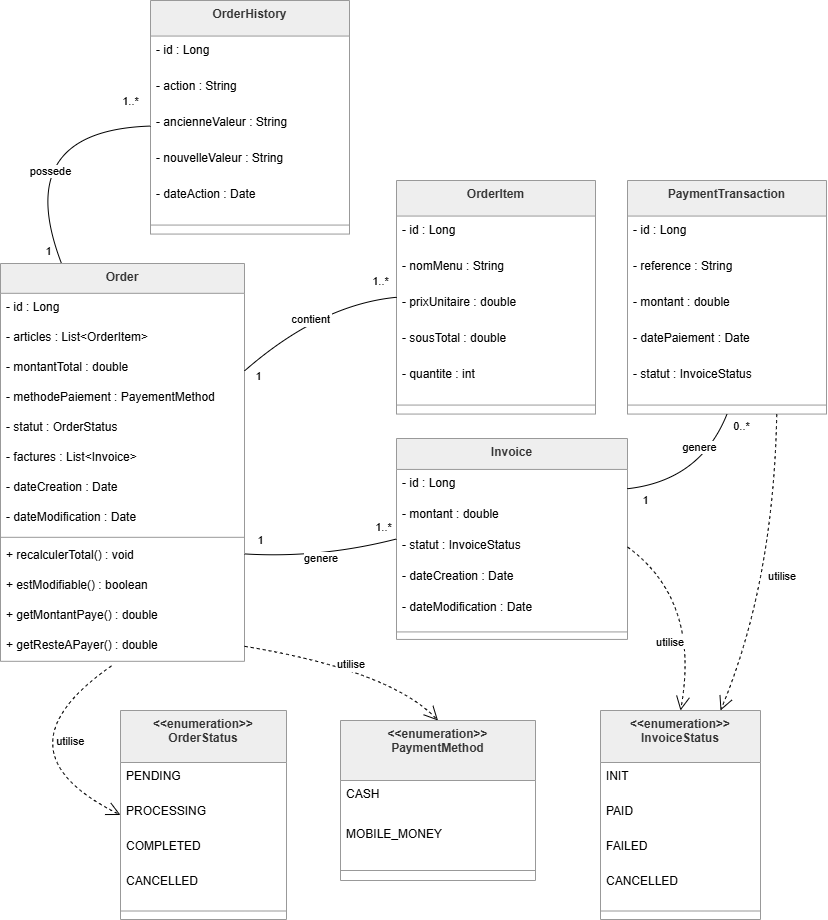
This is src/resource/Orga Technical Test .drawio.png from jefto/Orga_Technical_Test, a draw.io export, as it was before one commit. Source tidied: cells renumbered, new cells last; positions are measured from the earlier drawing's top-left corner, leaving out a move shared by most shapes.
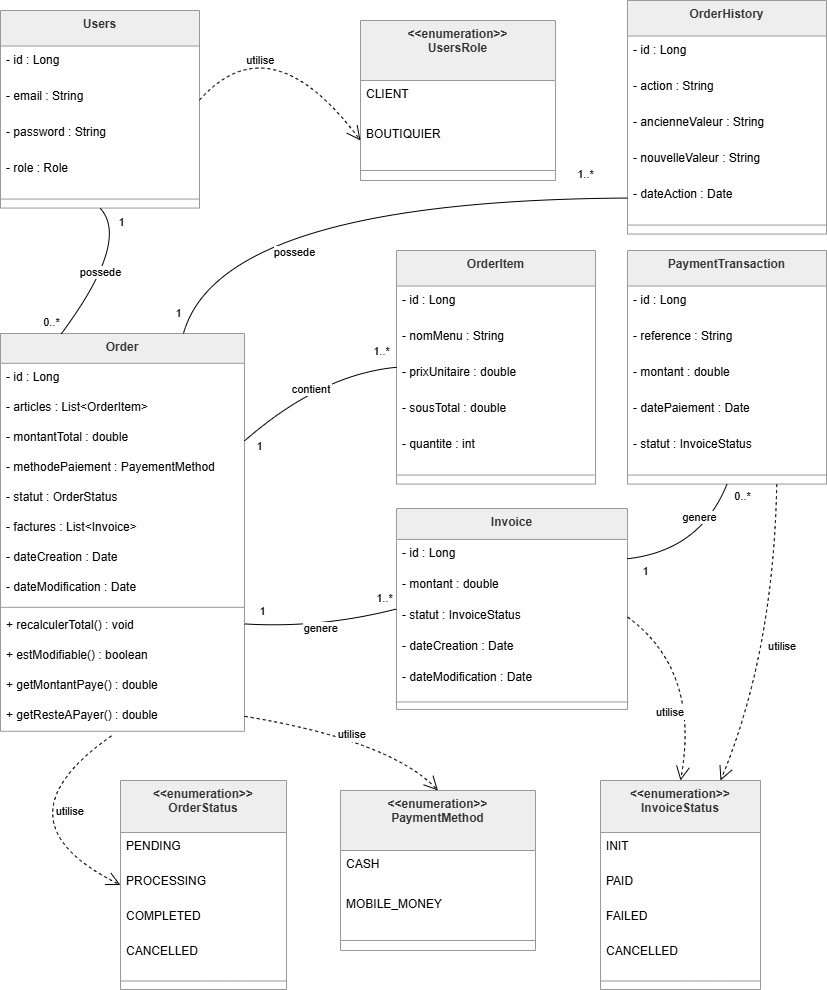
After the commit.

The edit, as a diff of the source:
```diff
@@ -238,7 +238,7 @@
       </mxGeometry>
     </mxCell>
     <mxCell id="67" value="OrderHistory" style="swimlane;fontStyle=1;align=center;verticalAlign=top;horizontal=1;startSize=35.55555555555556;fillColor=light-dark(#eeeeee,#1f2020);strokeColor=light-dark(#999999,#cccccc);fontColor=light-dark(#333333,#cccccc);" parent="1" vertex="1">
-      <mxGeometry x="160" width="199" height="233.6" as="geometry" />
+      <mxGeometry x="637" y="-70" width="199" height="233.6" as="geometry" />
     </mxCell>
     <mxCell id="68" value="- id : Long" style="text;strokeColor=none;fillColor=none;align=left;verticalAlign=top;spacingLeft=4;spacingRight=4;overflow=hidden;" parent="67" vertex="1">
       <mxGeometry y="35.6" width="199" height="36" as="geometry" />
@@ -258,10 +258,10 @@
     <mxCell id="73" style="line;strokeWidth=1;fillColor=none;align=left;verticalAlign=middle;spacingTop=-1;spacingLeft=3;spacingRight=3;labelPosition=right;strokeColor=inherit;" parent="67" vertex="1">
       <mxGeometry y="215.6" width="199" height="18" as="geometry" />
     </mxCell>
-    <mxCell id="74" style="endArrow=none;html=1;rounded=0;exitX=0.25;exitY=0;exitDx=0;exitDy=0;entryX=0;entryY=0.5;entryDx=0;entryDy=0;curved=1;" parent="1" edge="1" source="2" target="70">
+    <mxCell id="74" style="endArrow=none;html=1;rounded=0;exitX=0.75;exitY=0;exitDx=0;exitDy=0;entryX=0;entryY=0.5;entryDx=0;entryDy=0;curved=1;" parent="1" edge="1" source="2" target="72">
       <mxGeometry relative="1" as="geometry">
         <Array as="points">
-          <mxPoint x="20" y="130" />
+          <mxPoint x="230" y="130" />
         </Array>
       </mxGeometry>
     </mxCell>
@@ -280,5 +280,64 @@
         <mxPoint x="-9" y="-4" as="offset" />
       </mxGeometry>
     </mxCell>
+    <mxCell id="78" value="Users" style="swimlane;fontStyle=1;align=center;verticalAlign=top;horizontal=1;startSize=35.55555555555556;fillColor=light-dark(#eeeeee,#1f2020);strokeColor=light-dark(#999999,#cccccc);fontColor=light-dark(#333333,#cccccc);" parent="1" vertex="1">
+      <mxGeometry x="10" y="-60" width="199" height="197.6" as="geometry" />
+    </mxCell>
+    <mxCell id="79" value="- id : Long" style="text;strokeColor=none;fillColor=none;align=left;verticalAlign=top;spacingLeft=4;spacingRight=4;overflow=hidden;" parent="78" vertex="1">
+      <mxGeometry y="35.6" width="199" height="36" as="geometry" />
+    </mxCell>
+    <mxCell id="80" value="- email : String" style="text;strokeColor=none;fillColor=none;align=left;verticalAlign=top;spacingLeft=4;spacingRight=4;overflow=hidden;points=[[0,0.5],[1,0.5]];portConstraint=eastwest;" parent="78" vertex="1">
+      <mxGeometry y="71.6" width="199" height="36" as="geometry" />
+    </mxCell>
+    <mxCell id="81" value="- password : String" style="text;strokeColor=none;fillColor=none;align=left;verticalAlign=top;spacingLeft=4;spacingRight=4;overflow=hidden;" parent="78" vertex="1">
+      <mxGeometry y="107.6" width="199" height="36" as="geometry" />
+    </mxCell>
+    <mxCell id="82" value="- role : Role" style="text;strokeColor=none;fillColor=none;align=left;verticalAlign=top;spacingLeft=4;spacingRight=4;overflow=hidden;" parent="78" vertex="1">
+      <mxGeometry y="143.6" width="199" height="36" as="geometry" />
+    </mxCell>
+    <mxCell id="83" style="line;strokeWidth=1;fillColor=none;align=left;verticalAlign=middle;spacingTop=-1;spacingLeft=3;spacingRight=3;labelPosition=right;strokeColor=inherit;" parent="78" vertex="1">
+      <mxGeometry y="179.6" width="199" height="18" as="geometry" />
+    </mxCell>
+    <mxCell id="84" value="&lt;&lt;enumeration&gt;&gt;&#10;UsersRole" style="swimlane;fontStyle=1;align=center;verticalAlign=top;horizontal=1;startSize=60;fillColor=light-dark(#eeeeee,#1f2020);strokeColor=light-dark(#999999,#cccccc);fontColor=light-dark(#333333,#cccccc);" parent="1" vertex="1">
+      <mxGeometry x="370" y="-50" width="195" height="160" as="geometry" />
+    </mxCell>
+    <mxCell id="85" value="CLIENT" style="text;strokeColor=none;fillColor=none;align=left;verticalAlign=top;spacingLeft=4;spacingRight=4;overflow=hidden;" parent="84" vertex="1">
+      <mxGeometry y="60" width="195" height="40" as="geometry" />
+    </mxCell>
+    <mxCell id="86" value="BOUTIQUIER" style="text;strokeColor=none;fillColor=none;align=left;verticalAlign=top;spacingLeft=4;spacingRight=4;overflow=hidden;points=[[0,0.5],[1,0.5]];portConstraint=eastwest;" parent="84" vertex="1">
+      <mxGeometry y="100" width="195" height="40" as="geometry" />
+    </mxCell>
+    <mxCell id="87" style="line;strokeWidth=1;fillColor=none;align=left;verticalAlign=middle;spacingTop=-1;spacingLeft=3;spacingRight=3;labelPosition=right;strokeColor=inherit;" parent="84" vertex="1">
+      <mxGeometry y="140" width="195" height="20" as="geometry" />
+    </mxCell>
+    <mxCell id="88" style="endArrow=none;html=1;rounded=0;exitX=0.25;exitY=0;exitDx=0;exitDy=0;entryX=0.5;entryY=1;entryDx=0;entryDy=0;curved=1;" parent="1" edge="1" source="2" target="78">
+      <mxGeometry relative="1" as="geometry">
+        <Array as="points">
+          <mxPoint x="140" y="170" />
+        </Array>
+      </mxGeometry>
+    </mxCell>
+    <mxCell id="89" value="possede" style="edgeLabel;html=1;align=center;verticalAlign=middle;" parent="88" vertex="1">
+      <mxGeometry x="-0.22" y="-31" relative="1" as="geometry">
+        <mxPoint x="-23" y="-31" as="offset" />
+      </mxGeometry>
+    </mxCell>
+    <mxCell id="90" value="1" style="edgeLabel;html=1;align=center;verticalAlign=middle;" parent="88" vertex="1">
+      <mxGeometry x="0.83" relative="1" as="geometry">
+        <mxPoint x="11" y="3" as="offset" />
+      </mxGeometry>
+    </mxCell>
+    <mxCell id="91" value="0..*" style="edgeLabel;html=1;align=center;verticalAlign=middle;" parent="88" vertex="1">
+      <mxGeometry x="-0.94" y="1" relative="1" as="geometry">
+        <mxPoint x="-13" y="-7" as="offset" />
+      </mxGeometry>
+    </mxCell>
+    <mxCell id="92" value="utilise" style="curved=1;dashed=1;startArrow=none;endArrow=open;endSize=12;exitX=1;exitY=0.5;entryX=0;entryY=0.5;rounded=0;exitDx=0;exitDy=0;entryDx=0;entryDy=0;" parent="1" edge="1" source="80" target="86">
+      <mxGeometry x="-0.45" y="-19" relative="1" as="geometry">
+        <Array as="points">
+          <mxPoint x="280" y="-50" />
+        </Array>
+      </mxGeometry>
+    </mxCell>
   </root>
 </mxGraphModel>
```
